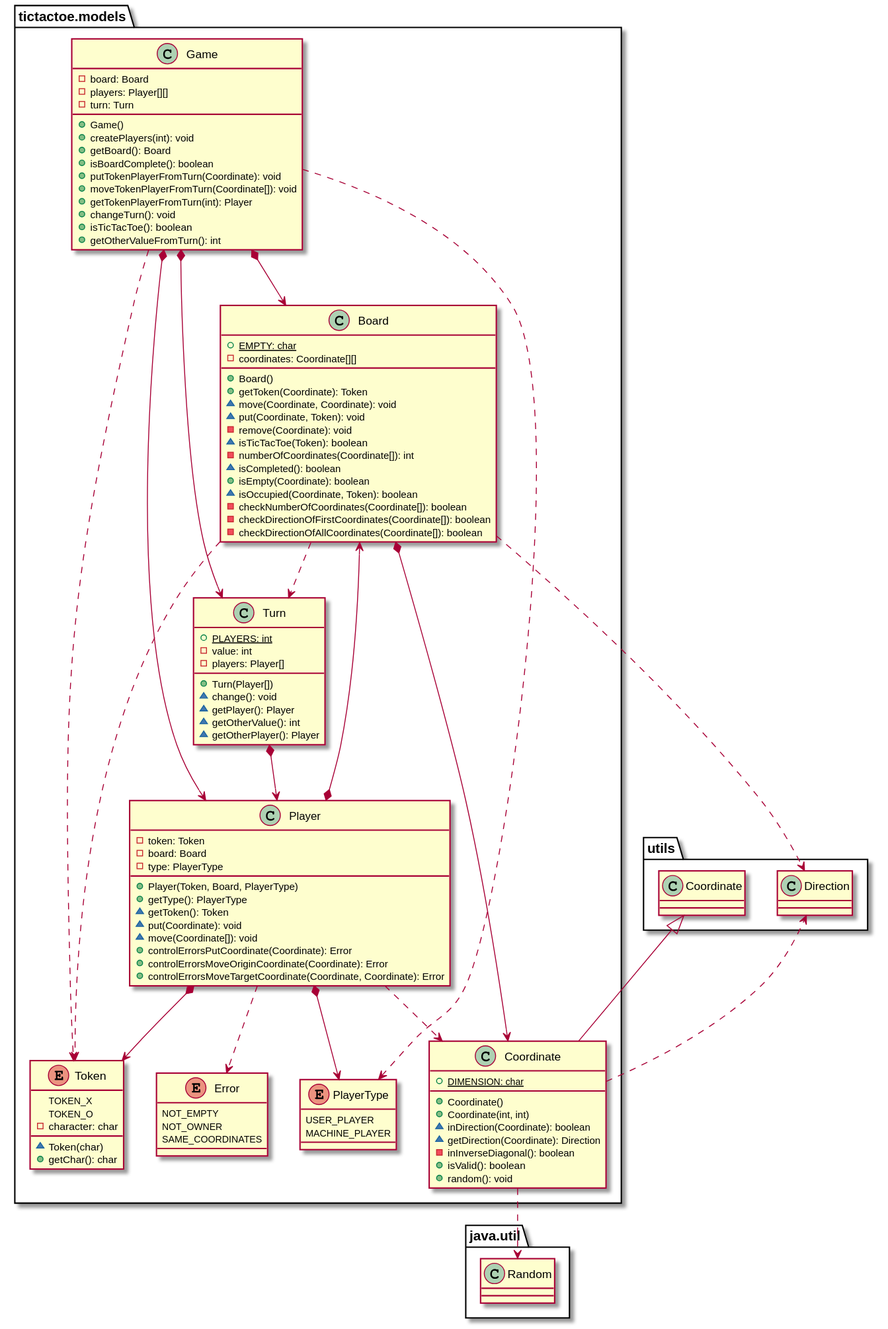
Before: docs/build/docs/asciidoc/images/tictactoeModels.svg, a diagram exported from PlantUML (x-USantaTecla-game-ticTacToe/java).
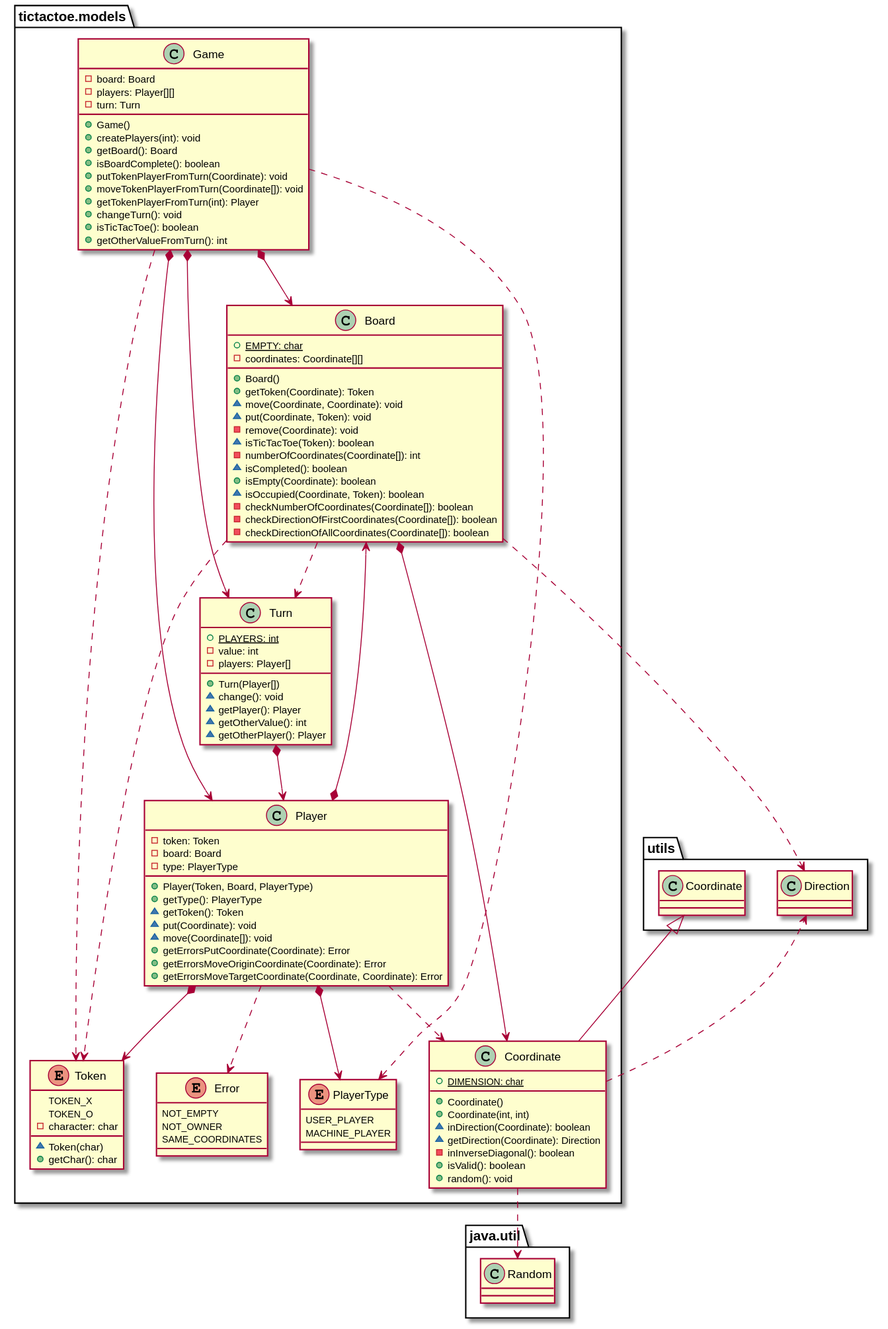
The same file after the commit.

Change to the diagram source:
```diff
@@ -72,9 +72,9 @@
 ~ getToken(): Token
 ~ put(Coordinate): void
 ~ move(Coordinate[]): void
-+ controlErrorsPutCoordinate(Coordinate): Error
-+ controlErrorsMoveOriginCoordinate(Coordinate): Error
-+ controlErrorsMoveTargetCoordinate(Coordinate, Coordinate): Error
++ getErrorsPutCoordinate(Coordinate): Error
++ getErrorsMoveOriginCoordinate(Coordinate): Error
++ getErrorsMoveTargetCoordinate(Coordinate, Coordinate): Error
 }
 tictactoe.models.Player *-down-> tictactoe.models.Token
 tictactoe.models.Player *-down-> tictactoe.models.Board
```
